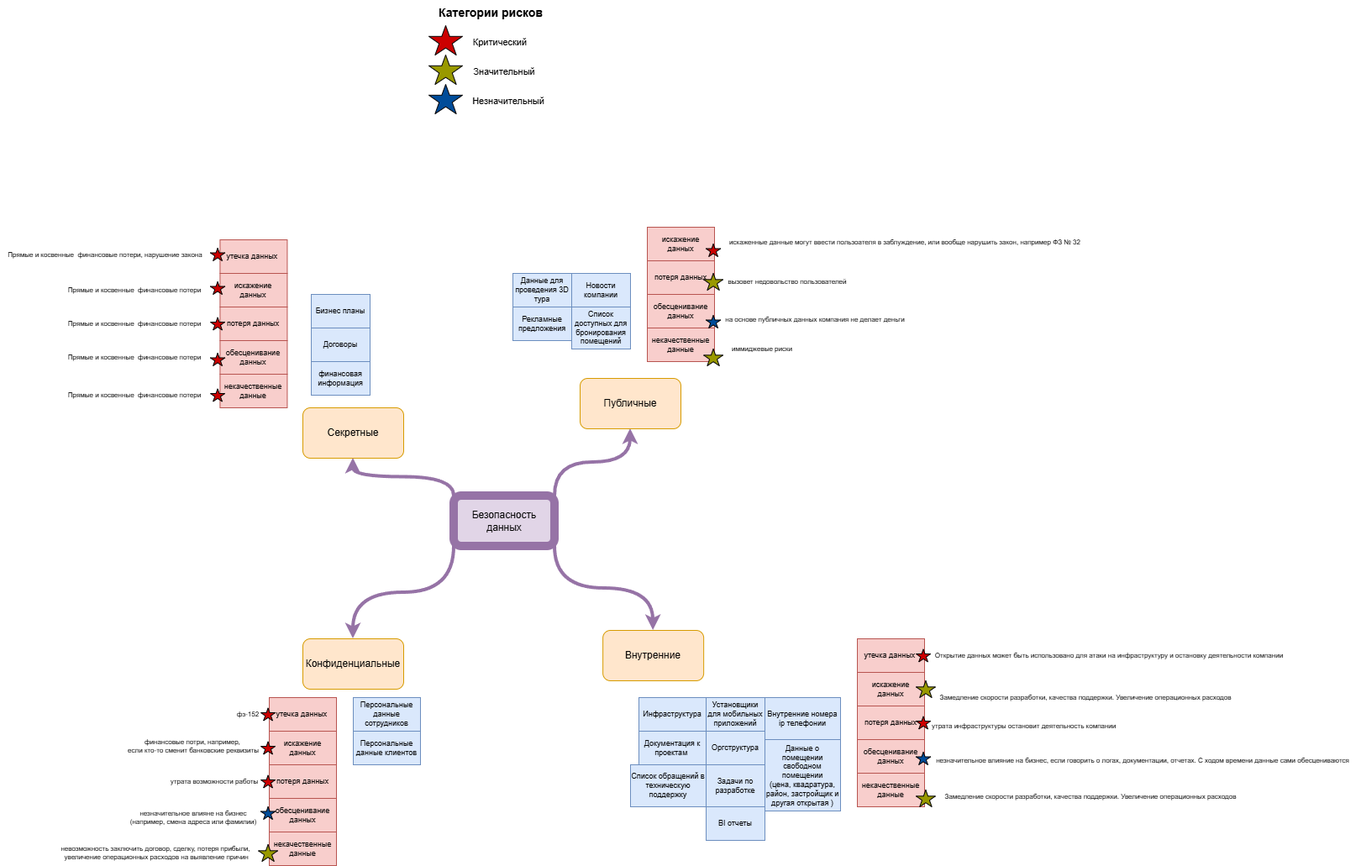
Earlier version of the draw.io export Task 1/mindmap.drawio.png (IgorPomelnikov/security-audit). Source tidied: cells renumbered, new cells last; positions are measured from the earlier drawing's top-left corner, leaving out a move shared by most shapes.
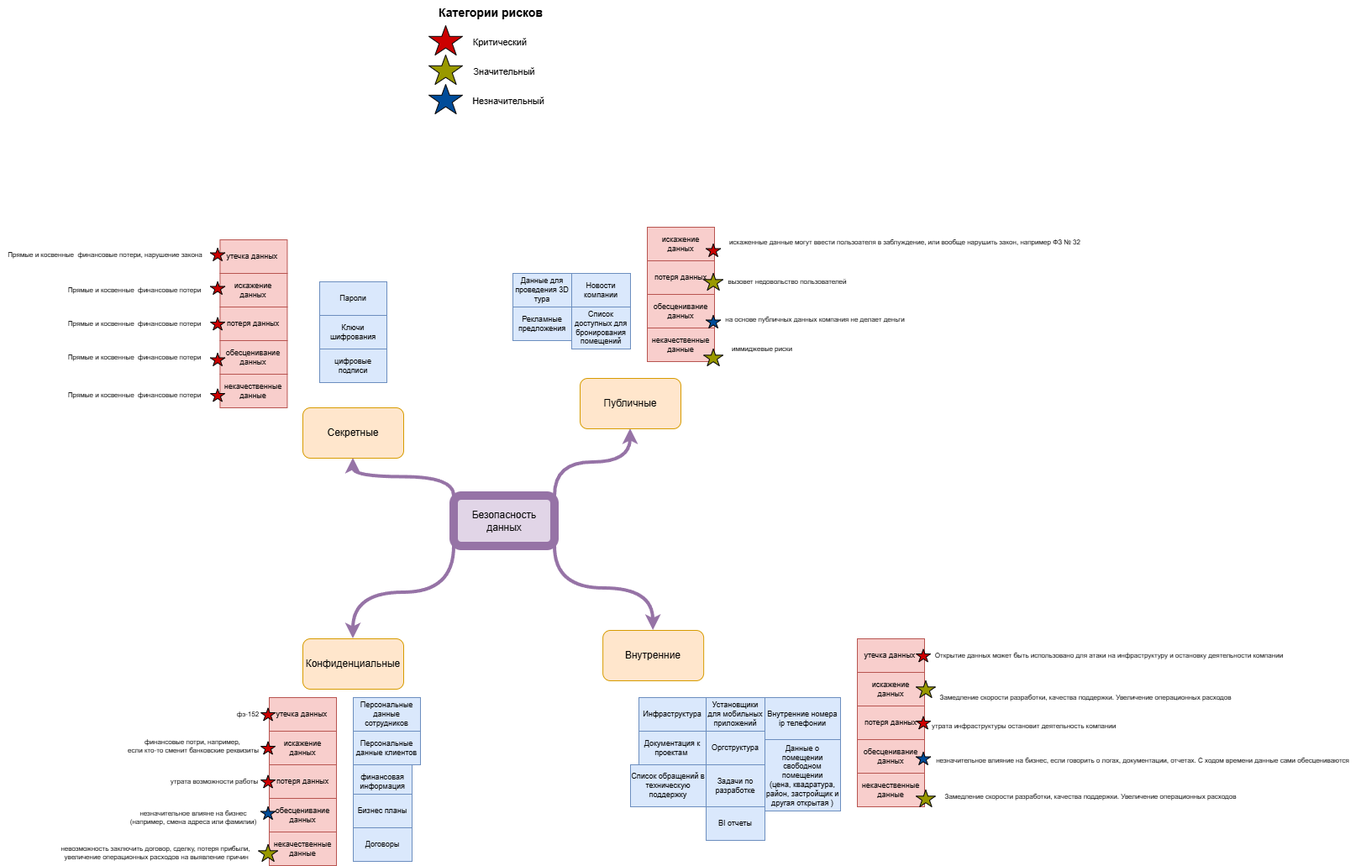
Above is the later version.

Commit message:
Подправил классификацию данных

Diff of the diagram source:
```diff
@@ -75,13 +75,13 @@
       <mxGeometry x="840" y="960" width="70" height="40" as="geometry" />
     </mxCell>
     <mxCell id="26" value="Договоры" style="rounded=0;whiteSpace=wrap;html=1;fontFamily=Helvetica;fontSize=9;labelBackgroundColor=none;fillColor=#dae8fc;strokeColor=#6c8ebf;" parent="1" vertex="1">
-      <mxGeometry x="370" y="390" width="70" height="40" as="geometry" />
+      <mxGeometry x="420" y="985" width="70" height="40" as="geometry" />
     </mxCell>
     <mxCell id="27" value="финансовая информация" style="rounded=0;whiteSpace=wrap;html=1;fontFamily=Helvetica;fontSize=9;labelBackgroundColor=none;fillColor=#dae8fc;strokeColor=#6c8ebf;" parent="1" vertex="1">
-      <mxGeometry x="370" y="430" width="70" height="40" as="geometry" />
+      <mxGeometry x="420" y="910" width="70" height="40" as="geometry" />
     </mxCell>
     <mxCell id="28" value="Бизнес планы" style="rounded=0;whiteSpace=wrap;html=1;fontFamily=Helvetica;fontSize=9;labelBackgroundColor=none;fillColor=#dae8fc;strokeColor=#6c8ebf;" parent="1" vertex="1">
-      <mxGeometry x="370" y="350" width="70" height="40" as="geometry" />
+      <mxGeometry x="420" y="945" width="70" height="40" as="geometry" />
     </mxCell>
     <mxCell id="29" value="утечка данных&amp;nbsp;" style="rounded=0;whiteSpace=wrap;html=1;fontFamily=Helvetica;fontSize=9;labelBackgroundColor=none;fillColor=#f8cecc;strokeColor=#b85450;" parent="1" vertex="1">
       <mxGeometry x="1020" y="760" width="80" height="40" as="geometry" />
@@ -275,5 +275,14 @@
     <mxCell id="92" value="Прямые и косвенные&amp;nbsp; финансовые потери" style="text;html=1;whiteSpace=wrap;strokeColor=none;fillColor=none;align=center;verticalAlign=middle;rounded=0;fontFamily=Helvetica;fontSize=8;fontColor=default;labelBackgroundColor=default;" parent="1" vertex="1">
       <mxGeometry x="70" y="460" width="180" height="20" as="geometry" />
     </mxCell>
+    <mxCell id="93" value="Пароли" style="rounded=0;whiteSpace=wrap;html=1;fontFamily=Helvetica;fontSize=9;labelBackgroundColor=none;fillColor=#dae8fc;strokeColor=#6c8ebf;" parent="1" vertex="1">
+      <mxGeometry x="380" y="335" width="80" height="40" as="geometry" />
+    </mxCell>
+    <mxCell id="94" value="Ключи шифрования" style="rounded=0;whiteSpace=wrap;html=1;fontFamily=Helvetica;fontSize=9;labelBackgroundColor=none;fillColor=#dae8fc;strokeColor=#6c8ebf;" parent="1" vertex="1">
+      <mxGeometry x="380" y="375" width="80" height="40" as="geometry" />
+    </mxCell>
+    <mxCell id="95" value="цифровые подписи" style="rounded=0;whiteSpace=wrap;html=1;fontFamily=Helvetica;fontSize=9;labelBackgroundColor=none;fillColor=#dae8fc;strokeColor=#6c8ebf;" parent="1" vertex="1">
+      <mxGeometry x="380" y="415" width="80" height="40" as="geometry" />
+    </mxCell>
   </root>
 </mxGraphModel>
```
